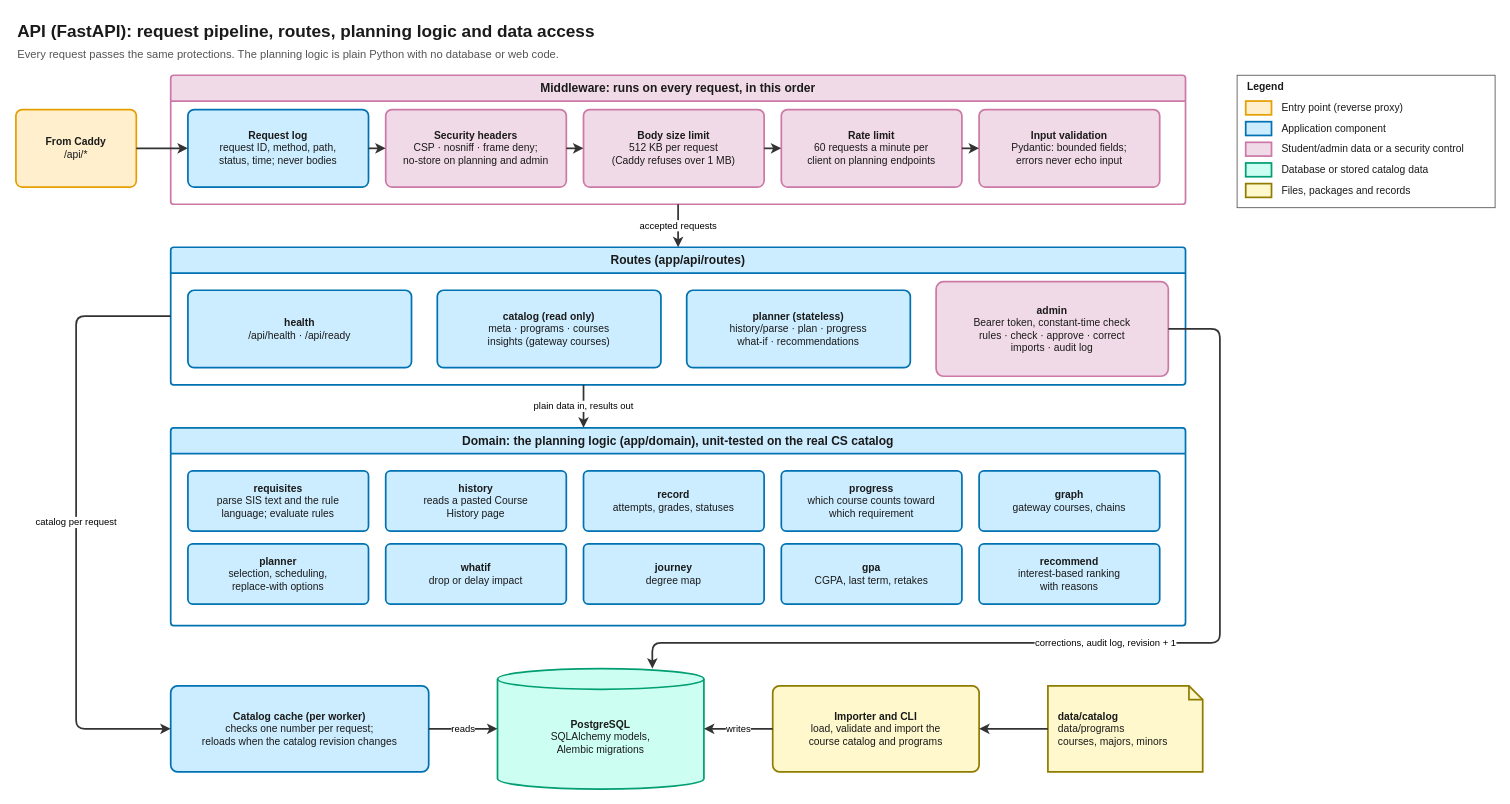
The draw.io diagram docs/diagrams/03-api.drawio in zaniixx/AUIB-Academic-Advisor, before the edit. Source tidied: cells renumbered, new cells numbered last; positions are measured from the earlier drawing's top-left corner, leaving out a move shared by most shapes. Both pictures are drawn from the tidied source at 86%, with x=0, y=0 at pixel (15, 15).
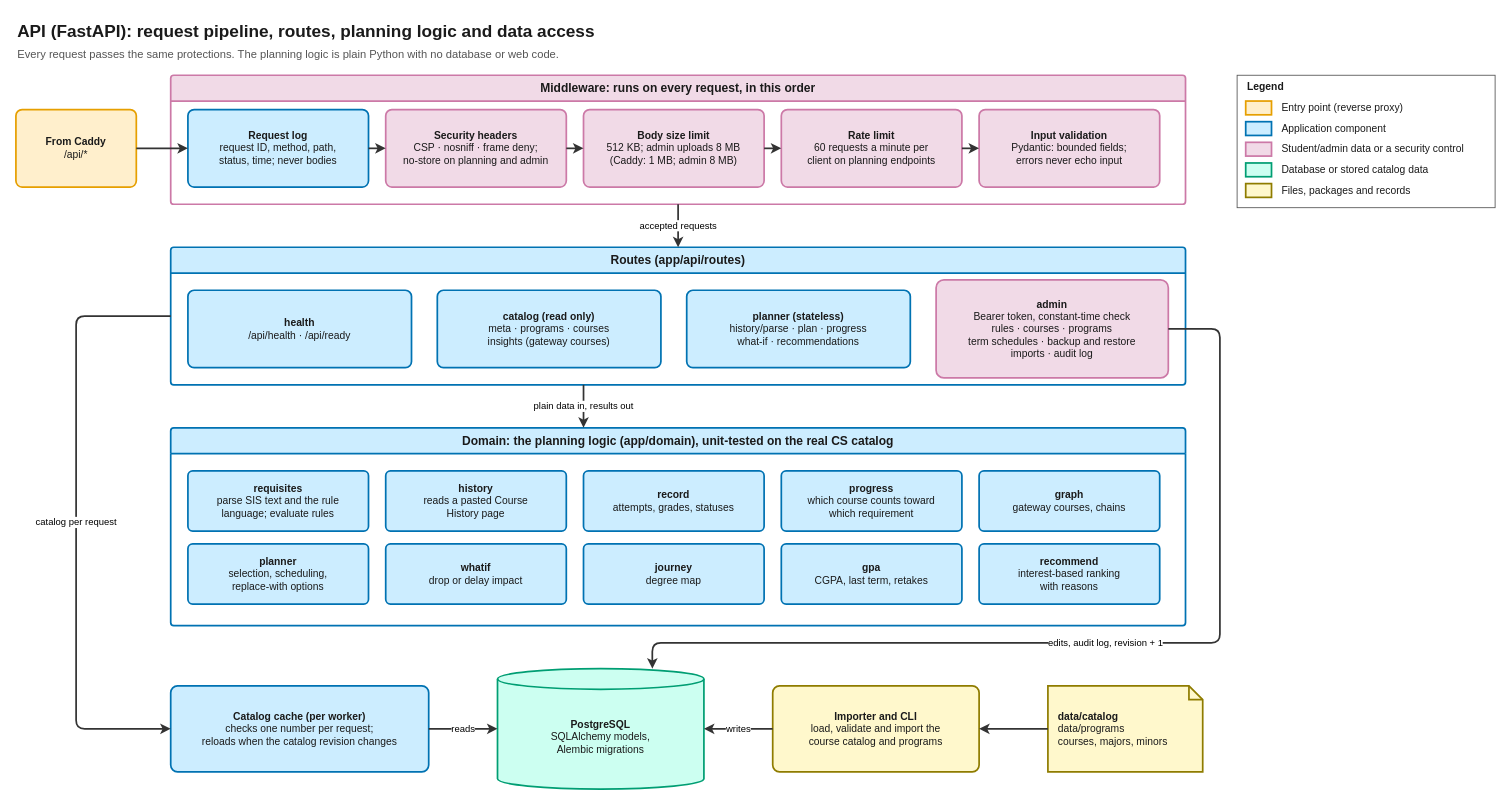
After the change.

Unchanged cells that the change refers to:
```xml
<mxCell id="4" value="Middleware: runs on every request, in this order" style="swimlane;startSize=30;html=1;whiteSpace=wrap;fillColor=#f1dae7;strokeColor=#cc79a7;swimlaneFillColor=#ffffff;fontColor=#1a1a1a;fontFamily=Helvetica;fontSize=14;fontStyle=1;strokeWidth=2;rounded=1;arcSize=4;" parent="1" vertex="1">
  <mxGeometry x="180" y="70" width="1180" height="150" as="geometry" />
</mxCell>
<mxCell id="15" value="Routes (app/api/routes)" style="swimlane;startSize=30;html=1;whiteSpace=wrap;fillColor=#ccedff;strokeColor=#0072b2;swimlaneFillColor=#ffffff;fontColor=#1a1a1a;fontFamily=Helvetica;fontSize=14;fontStyle=1;strokeWidth=2;rounded=1;arcSize=4;" parent="1" vertex="1">
  <mxGeometry x="180" y="270" width="1180" height="160" as="geometry" />
</mxCell>
<mxCell id="34" value="&lt;b&gt;PostgreSQL&lt;/b&gt;&lt;br&gt;SQLAlchemy models,&lt;br&gt;Alembic migrations" style="shape=cylinder3;size=12;boundedLbl=1;whiteSpace=wrap;html=1;fillColor=#ccfff1;strokeColor=#009e73;fontColor=#1a1a1a;fontFamily=Helvetica;fontSize=12;strokeWidth=2;verticalAlign=middle;" parent="1" vertex="1">
  <mxGeometry x="560" y="760" width="240" height="140" as="geometry" />
</mxCell>
```

Diff of the diagram source:
```diff
@@
-    <mxCell id="7" value="&lt;b&gt;Body size limit&lt;/b&gt;&lt;br&gt;512 KB per request&lt;br&gt;(Caddy refuses over 1 MB)" style="rounded=1;arcSize=8;whiteSpace=wrap;html=1;fillColor=#f1dae7;strokeColor=#cc79a7;fontColor=#1a1a1a;fontFamily=Helvetica;fontSize=12;strokeWidth=2;verticalAlign=middle;" parent="4" vertex="1">
+    <mxCell id="7" value="&lt;b&gt;Body size limit&lt;/b&gt;&lt;br&gt;512 KB; admin uploads 8 MB&lt;br&gt;(Caddy: 1 MB; admin 8 MB)" style="rounded=1;arcSize=8;whiteSpace=wrap;html=1;fillColor=#f1dae7;strokeColor=#cc79a7;fontColor=#1a1a1a;fontFamily=Helvetica;fontSize=12;strokeWidth=2;verticalAlign=middle;" parent="4" vertex="1">
       <mxGeometry x="480" y="40" width="210" height="90" as="geometry" />
     </mxCell>
@@
-    <mxCell id="19" value="&lt;b&gt;admin&lt;/b&gt;&lt;br&gt;Bearer token, constant-time check&lt;br&gt;rules · check · approve · correct&lt;br&gt;imports · audit log" style="rounded=1;arcSize=8;whiteSpace=wrap;html=1;fillColor=#f1dae7;strokeColor=#cc79a7;fontColor=#1a1a1a;fontFamily=Helvetica;fontSize=12;strokeWidth=2;verticalAlign=middle;" parent="15" vertex="1">
-      <mxGeometry x="890" y="40" width="270" height="110" as="geometry" />
+    <mxCell id="19" value="&lt;b&gt;admin&lt;/b&gt;&lt;br&gt;Bearer token, constant-time check&lt;br&gt;rules · courses · programs&lt;br&gt;term schedules · backup and restore&lt;br&gt;imports · audit log" style="rounded=1;arcSize=8;whiteSpace=wrap;html=1;fillColor=#f1dae7;strokeColor=#cc79a7;fontColor=#1a1a1a;fontFamily=Helvetica;fontSize=12;strokeWidth=2;verticalAlign=middle;" parent="15" vertex="1">
+      <mxGeometry x="890" y="38" width="270" height="114" as="geometry" />
     </mxCell>
@@
-    <mxCell id="41" value="corrections, audit log, revision + 1" style="edgeStyle=orthogonalEdgeStyle;rounded=1;jettySize=auto;html=1;endArrow=classic;endFill=1;strokeWidth=2;strokeColor=#333333;fontFamily=Helvetica;fontSize=11;labelBackgroundColor=#ffffff;exitX=1;exitY=0.5;exitDx=0;exitDy=0;entryX=0.75;entryY=0;entryDx=0;entryDy=0;" parent="1" edge="1" source="19" target="34">
+    <mxCell id="41" value="edits, audit log, revision + 1" style="edgeStyle=orthogonalEdgeStyle;rounded=1;jettySize=auto;html=1;endArrow=classic;endFill=1;strokeWidth=2;strokeColor=#333333;fontFamily=Helvetica;fontSize=11;labelBackgroundColor=#ffffff;exitX=1;exitY=0.5;exitDx=0;exitDy=0;entryX=0.75;entryY=0;entryDx=0;entryDy=0;" parent="1" edge="1" source="19" target="34">
       <mxGeometry relative="1" as="geometry">
         <Array as="points">
           <mxPoint x="1400" y="365" />
           <mxPoint x="1400" y="730" />
           <mxPoint x="740" y="730" />
         </Array>
       </mxGeometry>
     </mxCell>
```
